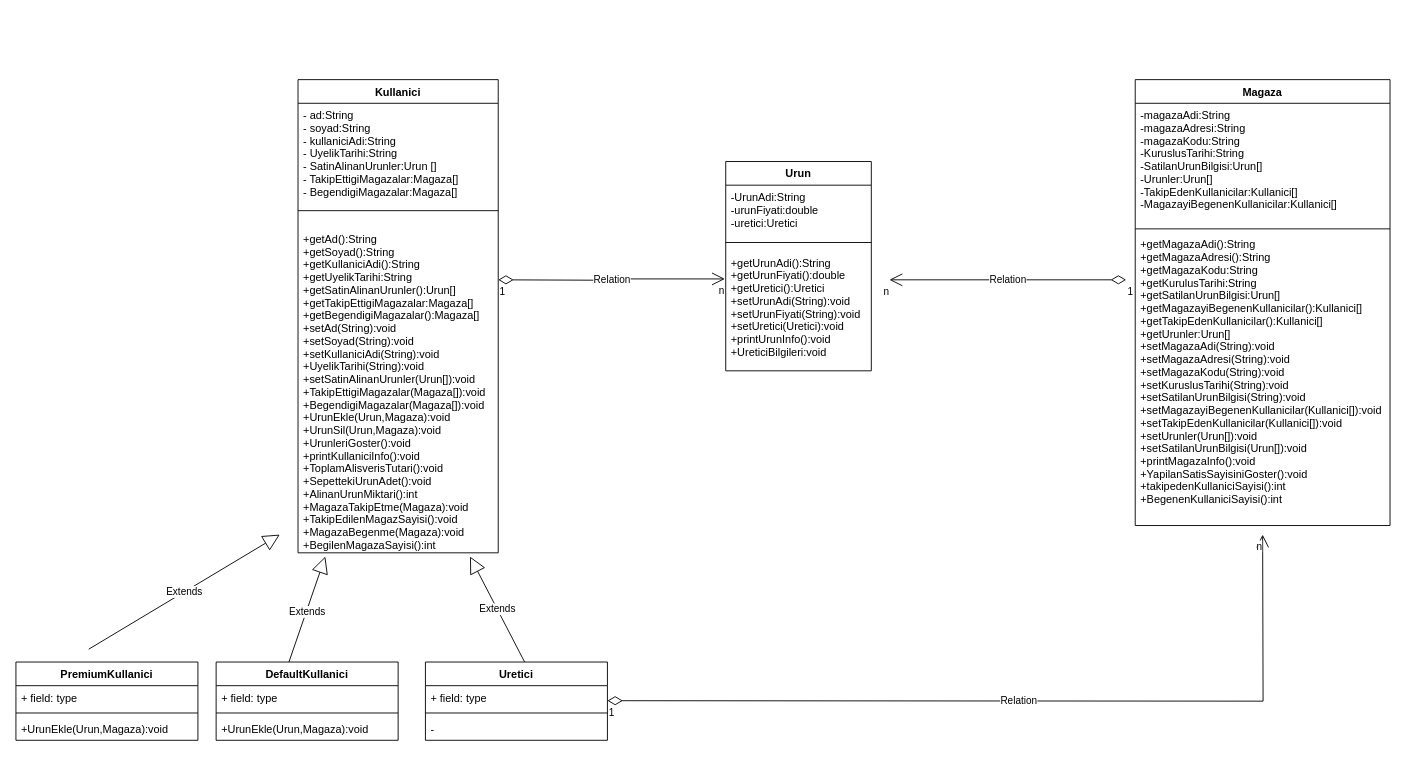
Above: BpProjeUml/Başlıksız Diyagram.drawio in Aliylmaz/patika.dev-projeler (draw.io), before the change. Source tidied: cells renumbered, new cells numbered last; positions are measured from the earlier drawing's top-left corner, leaving out a move shared by most shapes. Both pictures are drawn from the tidied source at 91%, with x=0, y=0 at pixel (15, 79).
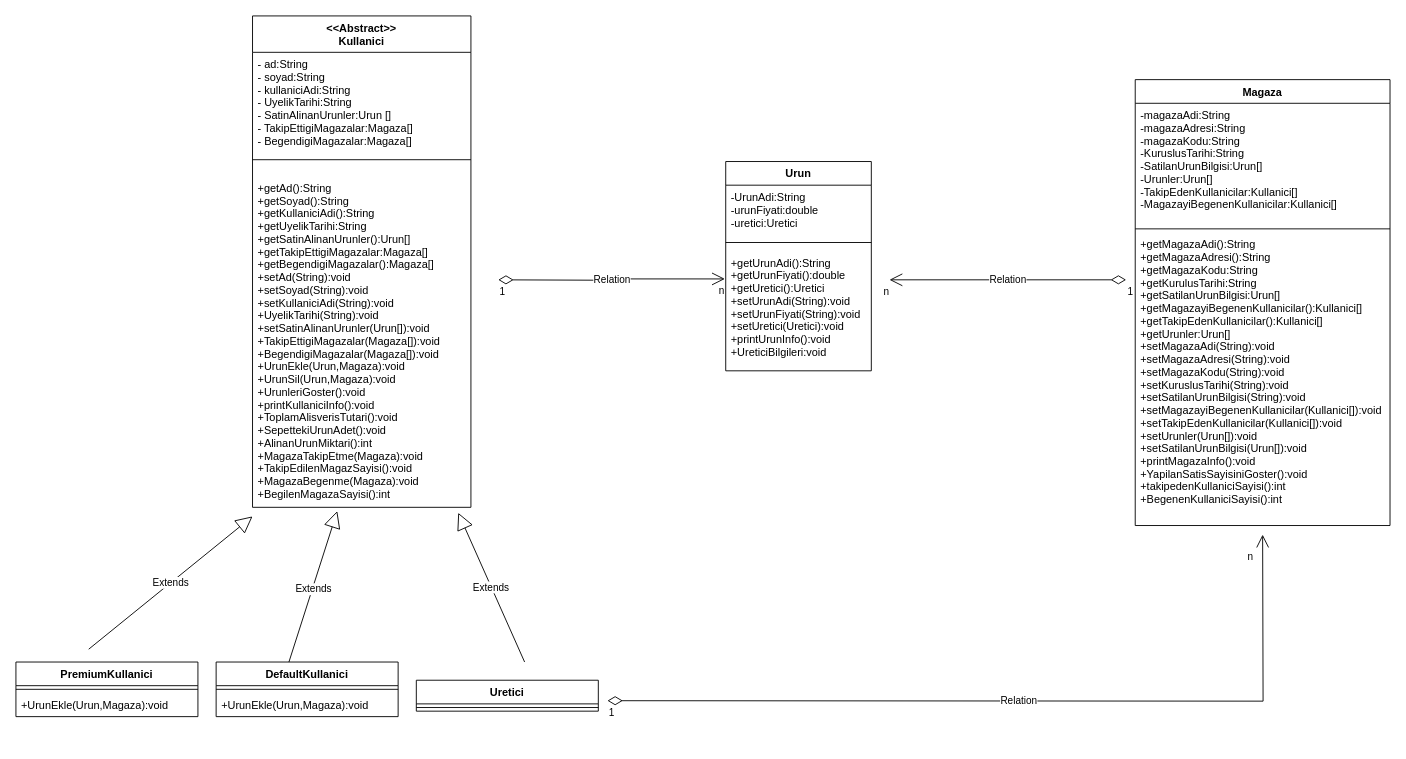
Above is the later version.

Unchanged cells that the change refers to:
```xml
<mxCell id="35" value="Relation" style="endArrow=open;html=1;endSize=12;startArrow=diamondThin;startSize=14;startFill=0;edgeStyle=orthogonalEdgeStyle;rounded=0;" parent="1" edge="1">
  <mxGeometry relative="1" as="geometry">
    <mxPoint x="650" y="682.5" as="sourcePoint" />
    <mxPoint x="1370" y="500" as="targetPoint" />
  </mxGeometry>
</mxCell>
```

What changed in the source:
```diff
@@
-    <mxCell id="2" value="Kullanici" style="swimlane;fontStyle=1;align=center;verticalAlign=top;horizontal=1;startSize=26;" parent="1" vertex="1">
-      <mxGeometry x="310" width="220" height="520" as="geometry" />
+    <mxCell id="2" value="&lt;&lt;Abstract&gt;&gt;&#10;Kullanici" style="swimlane;fontStyle=1;align=center;verticalAlign=top;horizontal=1;startSize=40;" parent="1" vertex="1">
+      <mxGeometry x="260" y="-70" width="240" height="540" as="geometry" />
     </mxCell>
     <mxCell id="3" value="- ad:String&#10;- soyad:String&#10;- kullaniciAdi:String&#10;- UyelikTarihi:String&#10;- SatinAlinanUrunler:Urun []&#10;- TakipEttigiMagazalar:Magaza[]&#10;- BegendigiMagazalar:Magaza[]" style="text;strokeColor=none;fillColor=none;align=left;verticalAlign=top;spacingLeft=4;spacingRight=4;overflow=hidden;" parent="2" vertex="1">
-      <mxGeometry y="26" width="220" height="114" as="geometry" />
+      <mxGeometry y="40" width="240" height="114" as="geometry" />
     </mxCell>
     <mxCell id="4" style="line;strokeWidth=1;fillColor=none;align=left;verticalAlign=middle;spacingTop=-1;spacingLeft=3;spacingRight=3;labelPosition=right;strokeColor=inherit;" parent="2" vertex="1">
-      <mxGeometry y="140" width="220" height="8" as="geometry" />
+      <mxGeometry y="154" width="240" height="8" as="geometry" />
     </mxCell>
     <mxCell id="5" value="&#10;+getAd():String&#10;+getSoyad():String&#10;+getKullaniciAdi():String&#10;+getUyelikTarihi:String&#10;+getSatinAlinanUrunler():Urun[]&#10;+getTakipEttigiMagazalar:Magaza[]&#10;+getBegendigiMagazalar():Magaza[] &#10;+setAd(String):void&#10;+setSoyad(String):void&#10;+setKullaniciAdi(String):void&#10;+UyelikTarihi(String):void&#10;+setSatinAlinanUrunler(Urun[]):void&#10;+TakipEttigiMagazalar(Magaza[]):void&#10;+BegendigiMagazalar(Magaza[]):void&#10;+UrunEkle(Urun,Magaza):void&#10;+UrunSil(Urun,Magaza):void&#10;+UrunleriGoster():void&#10;+printKullaniciInfo():void&#10;+ToplamAlisverisTutari():void&#10;+SepettekiUrunAdet():void&#10;+AlinanUrunMiktari():int&#10;+MagazaTakipEtme(Magaza):void&#10;+TakipEdilenMagazSayisi():void&#10;+MagazaBegenme(Magaza):void&#10;+BegilenMagazaSayisi():int" style="text;strokeColor=none;fillColor=none;align=left;verticalAlign=top;spacingLeft=4;spacingRight=4;overflow=hidden;points=[[0,0.5],[1,0.5]];portConstraint=eastwest;" parent="2" vertex="1">
-      <mxGeometry y="148" width="220" height="372" as="geometry" />
+      <mxGeometry y="162" width="240" height="378" as="geometry" />
     </mxCell>
     <mxCell id="6" value="PremiumKullanici" style="swimlane;fontStyle=1;align=center;verticalAlign=top;horizontal=1;startSize=26;" parent="1" vertex="1">
-      <mxGeometry y="640" width="200" height="86" as="geometry" />
+      <mxGeometry y="640" width="200" height="60" as="geometry" />
     </mxCell>
-    <mxCell id="7" value="+ field: type" style="text;strokeColor=none;fillColor=none;align=left;verticalAlign=top;spacingLeft=4;spacingRight=4;overflow=hidden;" parent="6" vertex="1">
-      <mxGeometry y="26" width="200" height="26" as="geometry" />
-    </mxCell>
     <mxCell id="8" style="line;strokeWidth=1;fillColor=none;align=left;verticalAlign=middle;spacingTop=-1;spacingLeft=3;spacingRight=3;labelPosition=right;strokeColor=inherit;" parent="6" vertex="1">
-      <mxGeometry y="52" width="200" height="8" as="geometry" />
+      <mxGeometry y="26" width="200" height="8" as="geometry" />
     </mxCell>
     <mxCell id="9" value="+UrunEkle(Urun,Magaza):void" style="text;strokeColor=none;fillColor=none;align=left;verticalAlign=top;spacingLeft=4;spacingRight=4;overflow=hidden;" parent="6" vertex="1">
-      <mxGeometry y="60" width="200" height="26" as="geometry" />
+      <mxGeometry y="34" width="200" height="26" as="geometry" />
     </mxCell>
     <mxCell id="10" value="DefaultKullanici" style="swimlane;fontStyle=1;align=center;verticalAlign=top;horizontal=1;startSize=26;" parent="1" vertex="1">
-      <mxGeometry x="220" y="640" width="200" height="86" as="geometry" />
+      <mxGeometry x="220" y="640" width="200" height="60" as="geometry" />
     </mxCell>
-    <mxCell id="11" value="+ field: type" style="text;strokeColor=none;fillColor=none;align=left;verticalAlign=top;spacingLeft=4;spacingRight=4;overflow=hidden;" parent="10" vertex="1">
-      <mxGeometry y="26" width="200" height="26" as="geometry" />
-    </mxCell>
     <mxCell id="12" style="line;strokeWidth=1;fillColor=none;align=left;verticalAlign=middle;spacingTop=-1;spacingLeft=3;spacingRight=3;labelPosition=right;strokeColor=inherit;" parent="10" vertex="1">
-      <mxGeometry y="52" width="200" height="8" as="geometry" />
+      <mxGeometry y="26" width="200" height="8" as="geometry" />
     </mxCell>
     <mxCell id="13" value="+UrunEkle(Urun,Magaza):void" style="text;strokeColor=none;fillColor=none;align=left;verticalAlign=top;spacingLeft=4;spacingRight=4;overflow=hidden;" parent="10" vertex="1">
-      <mxGeometry y="60" width="200" height="26" as="geometry" />
+      <mxGeometry y="34" width="200" height="26" as="geometry" />
     </mxCell>
-    <mxCell id="14" value="Extends" style="endArrow=block;endSize=16;endFill=0;html=1;rounded=0;entryX=0.859;entryY=1.011;entryDx=0;entryDy=0;entryPerimeter=0;" parent="1" edge="1" target="5">
+    <mxCell id="14" value="Extends" style="endArrow=block;endSize=16;endFill=0;html=1;rounded=0;entryX=0.942;entryY=1.016;entryDx=0;entryDy=0;entryPerimeter=0;" parent="1" edge="1" target="5">
       <mxGeometry relative="1" as="geometry">
         <mxPoint x="559" y="640" as="sourcePoint" />
       </mxGeometry>
     </mxCell>
-    <mxCell id="15" value="Extends" style="endArrow=block;endSize=16;endFill=0;html=1;rounded=0;" parent="1" edge="1">
+    <mxCell id="15" value="Extends" style="endArrow=block;endSize=16;endFill=0;html=1;rounded=0;entryX=0.388;entryY=1.011;entryDx=0;entryDy=0;entryPerimeter=0;" parent="1" edge="1" target="5">
       <mxGeometry x="-0.03" y="-1" relative="1" as="geometry">
         <mxPoint x="300" y="640" as="sourcePoint" />
-        <mxPoint x="340" y="524.1" as="targetPoint" />
       </mxGeometry>
     </mxCell>
@@
     <mxCell id="23" value="Uretici" style="swimlane;fontStyle=1;align=center;verticalAlign=top;horizontal=1;startSize=26;" parent="1" vertex="1">
-      <mxGeometry x="450" y="640" width="200" height="86" as="geometry" />
+      <mxGeometry x="440" y="660" width="200" height="34" as="geometry" />
     </mxCell>
-    <mxCell id="24" value="+ field: type" style="text;strokeColor=none;fillColor=none;align=left;verticalAlign=top;spacingLeft=4;spacingRight=4;overflow=hidden;" parent="23" vertex="1">
-      <mxGeometry y="26" width="200" height="26" as="geometry" />
-    </mxCell>
     <mxCell id="25" style="line;strokeWidth=1;fillColor=none;align=left;verticalAlign=middle;spacingTop=-1;spacingLeft=3;spacingRight=3;labelPosition=right;strokeColor=inherit;" parent="23" vertex="1">
-      <mxGeometry y="52" width="200" height="8" as="geometry" />
+      <mxGeometry y="26" width="200" height="8" as="geometry" />
     </mxCell>
-    <mxCell id="26" value="-" style="text;strokeColor=none;fillColor=none;align=left;verticalAlign=top;spacingLeft=4;spacingRight=4;overflow=hidden;" parent="23" vertex="1">
-      <mxGeometry y="60" width="200" height="26" as="geometry" />
-    </mxCell>
     <mxCell id="27" value="Extends" style="endArrow=block;endSize=16;endFill=0;html=1;rounded=0;" parent="1" edge="1">
       <mxGeometry relative="1" as="geometry">
         <mxPoint x="80" y="625.9" as="sourcePoint" />
-        <mxPoint x="290" y="500" as="targetPoint" />
+        <mxPoint x="260" y="480" as="targetPoint" />
       </mxGeometry>
     </mxCell>
@@
-    <mxCell id="37" value="n" style="edgeLabel;html=1;align=right;verticalAlign=top;" parent="35" vertex="1">
-      <mxGeometry x="1" relative="1" as="geometry" />
+    <mxCell id="37" value="n" style="edgeLabel;html=1;align=right;verticalAlign=top;rotation=0;" parent="35" vertex="1">
+      <mxGeometry x="1" relative="1" as="geometry">
+        <mxPoint x="-10" y="11" as="offset" />
+      </mxGeometry>
     </mxCell>
```
